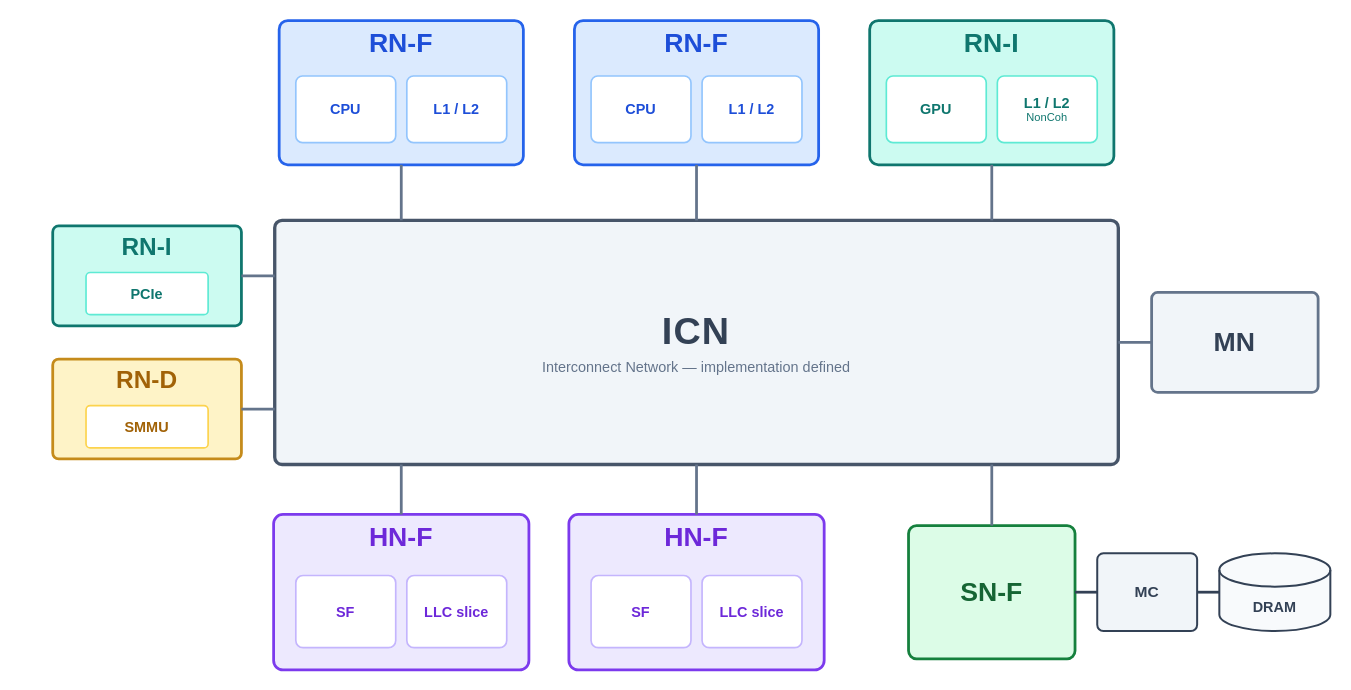
This is ruby-book/resources/chi_node_types.drawio from ripopov/gem5, a draw.io file, before an edit. Source tidied: cells renumbered, new cells numbered last; positions are measured from the earlier drawing's top-left corner, leaving out a move shared by most shapes. Both pictures are drawn from the tidied source at 111%, with x=0, y=0 at pixel (52, 20).
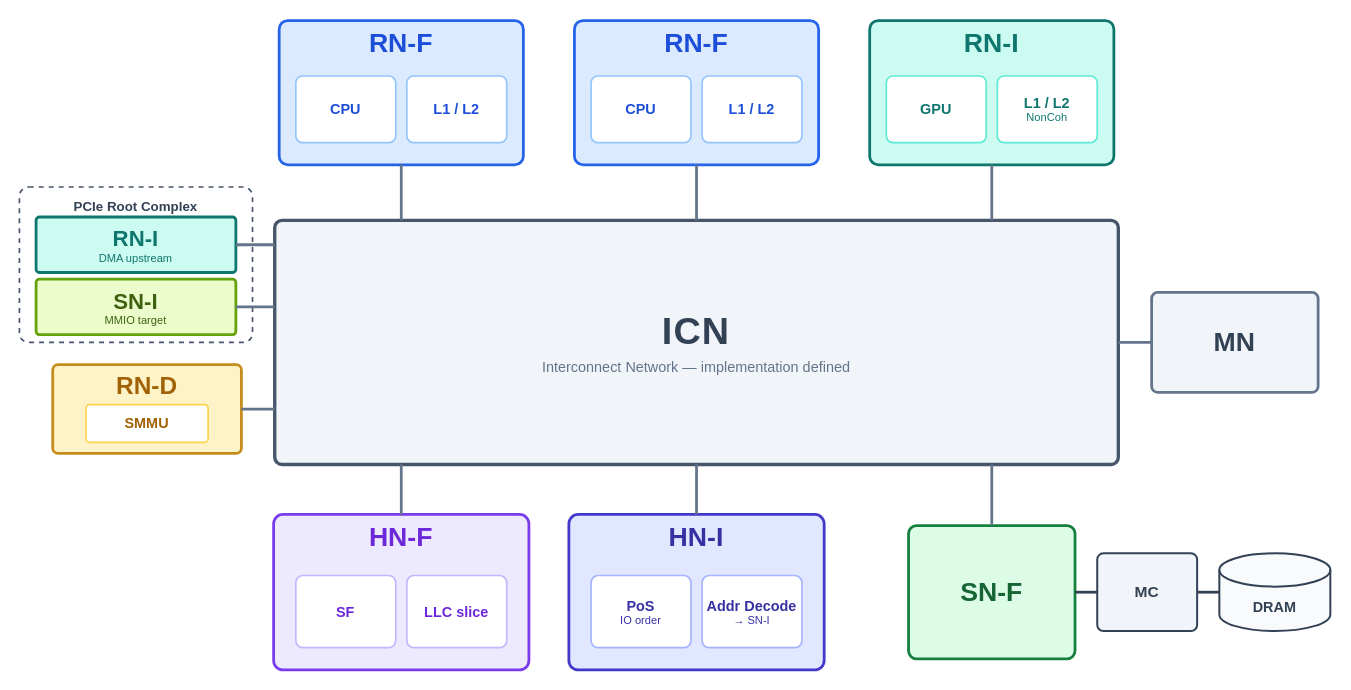
After the change.

Commit message (it also covers changes not shown here):
misc: Add HN-I and PCIe RN-I/SN-I to CHI nodes slide

Replace one HN-F with HN-I in slide 4 and group the PCIe Root
Complex around paired RN-I (DMA upstream) and SN-I (MMIO target)
CHI ports. Speaker notes explain HN-I's role as the non-coherent
home / IO Point of Serialization with spec citations (B1.6,
B3.3.1, B4.2, B2.7), and cite ARM DEN 0114 for the PCIe
Manager+Subordinate AMBA port pattern.

Unchanged cells that the change refers to:
```xml
<mxCell id="2" value="&lt;div style=&quot;font-size:34px;font-weight:bold;color:#334155;letter-spacing:1px&quot;&gt;ICN&lt;/div&gt;&lt;div style=&quot;font-size:13px;color:#64748b;margin-top:4px&quot;&gt;Interconnect Network — implementation defined&lt;/div&gt;" style="rounded=1;whiteSpace=wrap;html=1;fillColor=#F1F5F9;strokeColor=#475569;strokeWidth=3;verticalAlign=middle;arcSize=3;fontSize=14;dashed=0;" parent="1" vertex="1">
  <mxGeometry x="200" y="180" width="760" height="220" as="geometry" />
</mxCell>
```

What changed in the source:
```diff
@@
+    <mxCell id="37" value="&lt;b&gt;PCIe Root Complex&lt;/b&gt;" style="rounded=1;whiteSpace=wrap;html=1;fillColor=none;strokeColor=#475569;strokeWidth=1.5;dashed=1;verticalAlign=top;fontSize=12;fontColor=#334155;arcSize=6;spacingTop=4;" parent="1" vertex="1">
+      <mxGeometry x="-30" y="150" width="210" height="140" as="geometry" />
+    </mxCell>
-    <mxCell id="12" value="&lt;b style=&quot;font-size:22px&quot;&gt;RN-I&lt;/b&gt;" style="rounded=1;whiteSpace=wrap;html=1;fillColor=#CCFBF1;strokeColor=#0f766e;strokeWidth=2.5;verticalAlign=top;fontSize=16;fontColor=#0f766e;arcSize=6;" parent="1" vertex="1">
-      <mxGeometry y="185" width="170" height="90" as="geometry" />
+    <mxCell id="12" value="&lt;b style=&quot;font-size:20px&quot;&gt;RN-I&lt;/b&gt;&lt;div style=&quot;font-size:10px;font-weight:normal&quot;&gt;DMA upstream&lt;/div&gt;" style="rounded=1;whiteSpace=wrap;html=1;fillColor=#CCFBF1;strokeColor=#0f766e;strokeWidth=2.5;verticalAlign=middle;fontSize=14;fontColor=#0f766e;arcSize=6;" parent="37" vertex="1">
+      <mxGeometry x="15" y="27" width="180" height="50" as="geometry" />
     </mxCell>
-    <mxCell id="13" value="&lt;b&gt;PCIe&lt;/b&gt;" style="rounded=1;whiteSpace=wrap;html=1;fillColor=#ffffff;strokeColor=#5eead4;strokeWidth=1.5;fontSize=13;fontColor=#0f766e;arcSize=10;" parent="12" vertex="1">
-      <mxGeometry x="30" y="42" width="110" height="38" as="geometry" />
-    </mxCell>
+    <mxCell id="38" value="&lt;b style=&quot;font-size:20px&quot;&gt;SN-I&lt;/b&gt;&lt;div style=&quot;font-size:10px;font-weight:normal&quot;&gt;MMIO target&lt;/div&gt;" style="rounded=1;whiteSpace=wrap;html=1;fillColor=#ECFCCB;strokeColor=#65a30d;strokeWidth=2.5;verticalAlign=middle;fontSize=14;fontColor=#3f6212;arcSize=6;" parent="37" vertex="1">
+      <mxGeometry x="15" y="83" width="180" height="50" as="geometry" />
+    </mxCell>
     <mxCell id="14" value="&lt;b style=&quot;font-size:22px&quot;&gt;RN-D&lt;/b&gt;" style="rounded=1;whiteSpace=wrap;html=1;fillColor=#FEF3C7;strokeColor=#c58b1b;strokeWidth=2.5;verticalAlign=top;fontSize=16;fontColor=#a16207;arcSize=6;" parent="1" vertex="1">
-      <mxGeometry y="305" width="170" height="90" as="geometry" />
+      <mxGeometry y="310" width="170" height="80" as="geometry" />
     </mxCell>
     <mxCell id="15" value="&lt;b&gt;SMMU&lt;/b&gt;" style="rounded=1;whiteSpace=wrap;html=1;fillColor=#ffffff;strokeColor=#fcd34d;strokeWidth=1.5;fontSize=13;fontColor=#a16207;arcSize=10;" parent="14" vertex="1">
-      <mxGeometry x="30" y="42" width="110" height="38" as="geometry" />
+      <mxGeometry x="30" y="36" width="110" height="34" as="geometry" />
     </mxCell>
@@
-    <mxCell id="20" value="&lt;b style=&quot;font-size:24px&quot;&gt;HN-F&lt;/b&gt;" style="rounded=1;whiteSpace=wrap;html=1;fillColor=#EDE9FE;strokeColor=#7c3aed;strokeWidth=2.5;verticalAlign=top;fontSize=16;fontColor=#6d28d9;arcSize=6;" parent="1" vertex="1">
-      <mxGeometry x="465" y="445" width="230" height="140" as="geometry" />
-    </mxCell>
-    <mxCell id="21" value="&lt;b&gt;SF&lt;/b&gt;" style="rounded=1;whiteSpace=wrap;html=1;fillColor=#ffffff;strokeColor=#c4b5fd;strokeWidth=1.5;fontSize=13;fontColor=#6d28d9;arcSize=10;" parent="20" vertex="1">
-      <mxGeometry x="20" y="55" width="90" height="65" as="geometry" />
-    </mxCell>
-    <mxCell id="22" value="&lt;b&gt;LLC slice&lt;/b&gt;" style="rounded=1;whiteSpace=wrap;html=1;fillColor=#ffffff;strokeColor=#c4b5fd;strokeWidth=1.5;fontSize=13;fontColor=#6d28d9;arcSize=10;" parent="20" vertex="1">
-      <mxGeometry x="120" y="55" width="90" height="65" as="geometry" />
-    </mxCell>
+    <mxCell id="39" value="&lt;b style=&quot;font-size:24px&quot;&gt;HN-I&lt;/b&gt;" style="rounded=1;whiteSpace=wrap;html=1;fillColor=#E0E7FF;strokeColor=#4338ca;strokeWidth=2.5;verticalAlign=top;fontSize=16;fontColor=#3730a3;arcSize=6;" parent="1" vertex="1">
+      <mxGeometry x="465" y="445" width="230" height="140" as="geometry" />
+    </mxCell>
+    <mxCell id="40" value="&lt;b&gt;PoS&lt;/b&gt;&lt;div style=&quot;font-size:10px;font-weight:normal&quot;&gt;IO order&lt;/div&gt;" style="rounded=1;whiteSpace=wrap;html=1;fillColor=#ffffff;strokeColor=#a5b4fc;strokeWidth=1.5;fontSize=13;fontColor=#3730a3;arcSize=10;" parent="39" vertex="1">
+      <mxGeometry x="20" y="55" width="90" height="65" as="geometry" />
+    </mxCell>
+    <mxCell id="41" value="&lt;b&gt;Addr Decode&lt;/b&gt;&lt;div style=&quot;font-size:10px;font-weight:normal&quot;&gt;&amp;rarr; SN-I&lt;/div&gt;" style="rounded=1;whiteSpace=wrap;html=1;fillColor=#ffffff;strokeColor=#a5b4fc;strokeWidth=1.5;fontSize=13;fontColor=#3730a3;arcSize=10;" parent="39" vertex="1">
+      <mxGeometry x="120" y="55" width="90" height="65" as="geometry" />
+    </mxCell>
@@
-    <mxCell id="29" style="edgeStyle=none;rounded=0;html=1;strokeColor=#64748b;strokeWidth=2.5;endArrow=none;startArrow=none;exitX=1;exitY=0.5;exitDx=0;exitDy=0;entryX=0;entryY=0.2273;entryDx=0;entryDy=0;" parent="1" edge="1" source="12" target="2">
+    <mxCell id="29" style="edgeStyle=none;rounded=0;html=1;strokeColor=#64748b;strokeWidth=2.5;endArrow=none;startArrow=none;exitX=1;exitY=0.5;exitDx=0;exitDy=0;entryX=0;entryY=0.1;entryDx=0;entryDy=0;" parent="1" edge="1" source="12" target="2">
       <mxGeometry relative="1" as="geometry" />
     </mxCell>
+    <mxCell id="42" style="edgeStyle=none;rounded=0;html=1;strokeColor=#64748b;strokeWidth=2.5;endArrow=none;startArrow=none;exitX=1;exitY=0.5;exitDx=0;exitDy=0;entryX=0;entryY=0.3545;entryDx=0;entryDy=0;" parent="1" edge="1" source="38" target="2">
+      <mxGeometry relative="1" as="geometry" />
+    </mxCell>
@@
-    <mxCell id="33" style="edgeStyle=none;rounded=0;html=1;strokeColor=#64748b;strokeWidth=2.5;endArrow=none;startArrow=none;exitX=0.5;exitY=0;exitDx=0;exitDy=0;entryX=0.5;entryY=1;entryDx=0;entryDy=0;" parent="1" edge="1" source="20" target="2">
-      <mxGeometry relative="1" as="geometry" />
-    </mxCell>
+    <mxCell id="43" style="edgeStyle=none;rounded=0;html=1;strokeColor=#64748b;strokeWidth=2.5;endArrow=none;startArrow=none;exitX=0.5;exitY=0;exitDx=0;exitDy=0;entryX=0.5;entryY=1;entryDx=0;entryDy=0;" parent="1" edge="1" source="39" target="2">
+      <mxGeometry relative="1" as="geometry" />
+    </mxCell>
```
